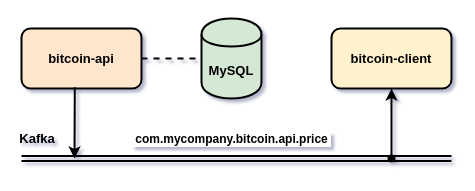
ivangfr/springboot-kafka-websocket keeps this draw.io diagram as documentation/project-diagram.drawio. Above is the earlier version. Source tidied: cells renumbered, new cells numbered last; positions are measured from the earlier drawing's top-left corner, leaving out a move shared by most shapes. Both pictures are drawn from the tidied source at 100%, with x=0, y=0 at pixel (17, 18).
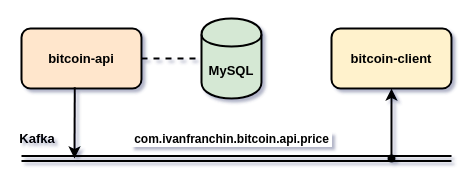
After the change.

The edit, as a diff of the source:
```diff
@@
 <mxGraphModel shadow="1">
   <root>
     <mxCell id="0" />
     <mxCell id="1" parent="0" />
     <mxCell id="2" value="&lt;b&gt;&lt;font style=&quot;font-size: 13px&quot;&gt;bitcoin-api&lt;/font&gt;&lt;/b&gt;" style="rounded=1;whiteSpace=wrap;html=1;strokeWidth=2;fillColor=#ffe6cc;shadow=0;" parent="1" vertex="1">
       <mxGeometry x="4" y="10" width="120" height="60" as="geometry" />
     </mxCell>
     <mxCell id="3" value="&lt;b&gt;&lt;font style=&quot;font-size: 13px&quot;&gt;bitcoin-client&lt;/font&gt;&lt;/b&gt;" style="rounded=1;whiteSpace=wrap;html=1;strokeWidth=2;fillColor=#fff2cc;shadow=0;" parent="1" vertex="1">
       <mxGeometry x="314" y="10" width="120" height="60" as="geometry" />
     </mxCell>
     <mxCell id="4" style="shape=link;endArrow=classic;html=1;strokeWidth=2;shadow=0;" parent="1" edge="1">
       <mxGeometry relative="1" as="geometry">
         <mxPoint x="4" y="140" as="sourcePoint" />
         <mxPoint x="434" y="140" as="targetPoint" />
       </mxGeometry>
     </mxCell>
-    <mxCell id="5" value="&lt;b&gt;&lt;font style=&quot;font-size: 12px&quot;&gt;&amp;nbsp;com.mycompany.bitcoin.api.price&amp;nbsp;&lt;/font&gt;&lt;/b&gt;" style="edgeLabel;html=1;align=center;verticalAlign=middle;" parent="4" vertex="1">
+    <mxCell id="5" value="&lt;b&gt;&lt;font style=&quot;font-size: 12px&quot;&gt;&amp;nbsp;com.ivanfranchin.bitcoin.api.price&amp;nbsp;&lt;/font&gt;&lt;/b&gt;" style="edgeLabel;html=1;align=center;verticalAlign=middle;" parent="4" vertex="1">
       <mxGeometry x="-0.25" y="4" relative="1" as="geometry">
         <mxPoint x="48.8" y="-16" as="offset" />
       </mxGeometry>
     </mxCell>
     <mxCell id="6" value="&lt;b&gt;&lt;font style=&quot;font-size: 13px&quot;&gt;MySQL&lt;/font&gt;&lt;/b&gt;" style="shape=cylinder;whiteSpace=wrap;html=1;boundedLbl=1;backgroundOutline=1;strokeWidth=2;fillColor=#d5e8d4;shadow=0;" parent="1" vertex="1">
       <mxGeometry x="184" width="60" height="80" as="geometry" />
     </mxCell>
     <mxCell id="7" style="endArrow=none;dashed=1;html=1;exitX=1;exitY=0.5;exitDx=0;exitDy=0;entryX=0;entryY=0.5;entryDx=0;entryDy=0;strokeWidth=2;" parent="1" edge="1" source="2" target="6">
       <mxGeometry relative="1" as="geometry" />
     </mxCell>
     <mxCell id="8" style="endArrow=classic;html=1;strokeWidth=2;exitX=0.444;exitY=0.98;exitDx=0;exitDy=0;exitPerimeter=0;" parent="1" edge="1" source="2">
       <mxGeometry relative="1" as="geometry">
         <mxPoint x="57" y="140" as="targetPoint" />
       </mxGeometry>
     </mxCell>
     <mxCell id="9" style="endArrow=classic;html=1;strokeWidth=2;entryX=0.5;entryY=1;entryDx=0;entryDy=0;startArrow=oval;startFill=1;" parent="1" edge="1" target="3">
       <mxGeometry relative="1" as="geometry">
         <mxPoint x="374" y="140" as="sourcePoint" />
       </mxGeometry>
     </mxCell>
     <mxCell id="10" value="&lt;b&gt;&lt;font style=&quot;font-size: 13px&quot;&gt;Kafka&lt;/font&gt;&lt;/b&gt;" style="text;html=1;strokeColor=none;fillColor=none;align=center;verticalAlign=middle;whiteSpace=wrap;rounded=0;" parent="1" vertex="1">
       <mxGeometry y="110" width="40" height="20" as="geometry" />
     </mxCell>
   </root>
 </mxGraphModel>
```
